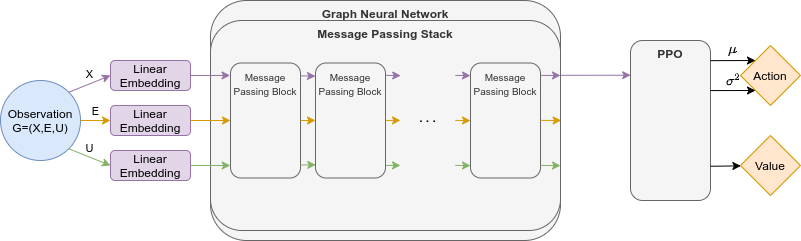
Earlier version of the draw.io export figures/homogeneous_gnn.png (lifebu/BachelorThesis). Source tidied: cells renumbered, new cells last; positions are measured from the earlier drawing's top-left corner, leaving out a move shared by most shapes.
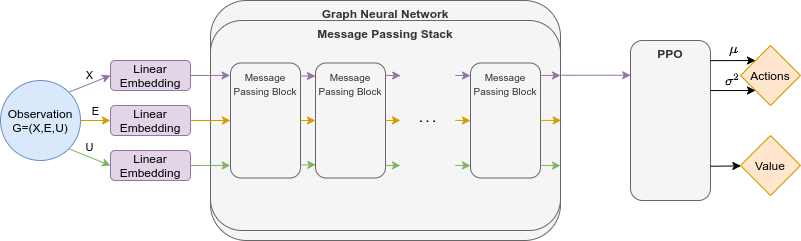
The same file after the commit.

Change to the diagram source:
```diff
@@ -20,7 +20,7 @@
     <mxCell id="7" style="endArrow=classic;html=1;rounded=0;entryX=0.002;entryY=0.217;entryDx=0;entryDy=0;exitX=1;exitY=0.261;exitDx=0;exitDy=0;exitPerimeter=0;entryPerimeter=0;fillColor=#e1d5e7;strokeColor=#9673a6;" parent="1" edge="1" source="17" target="5">
       <mxGeometry relative="1" as="geometry" />
     </mxCell>
-    <mxCell id="8" value="Action" style="rhombus;whiteSpace=wrap;html=1;fillColor=#ffe6cc;strokeColor=#d79b00;" parent="1" vertex="1">
+    <mxCell id="8" value="Actions" style="rhombus;whiteSpace=wrap;html=1;fillColor=#ffe6cc;strokeColor=#d79b00;" parent="1" vertex="1">
       <mxGeometry x="740" y="45" width="60" height="60" as="geometry" />
     </mxCell>
     <mxCell id="9" value="Value" style="rhombus;whiteSpace=wrap;html=1;fillColor=#ffe6cc;strokeColor=#d79b00;" parent="1" vertex="1">
```
